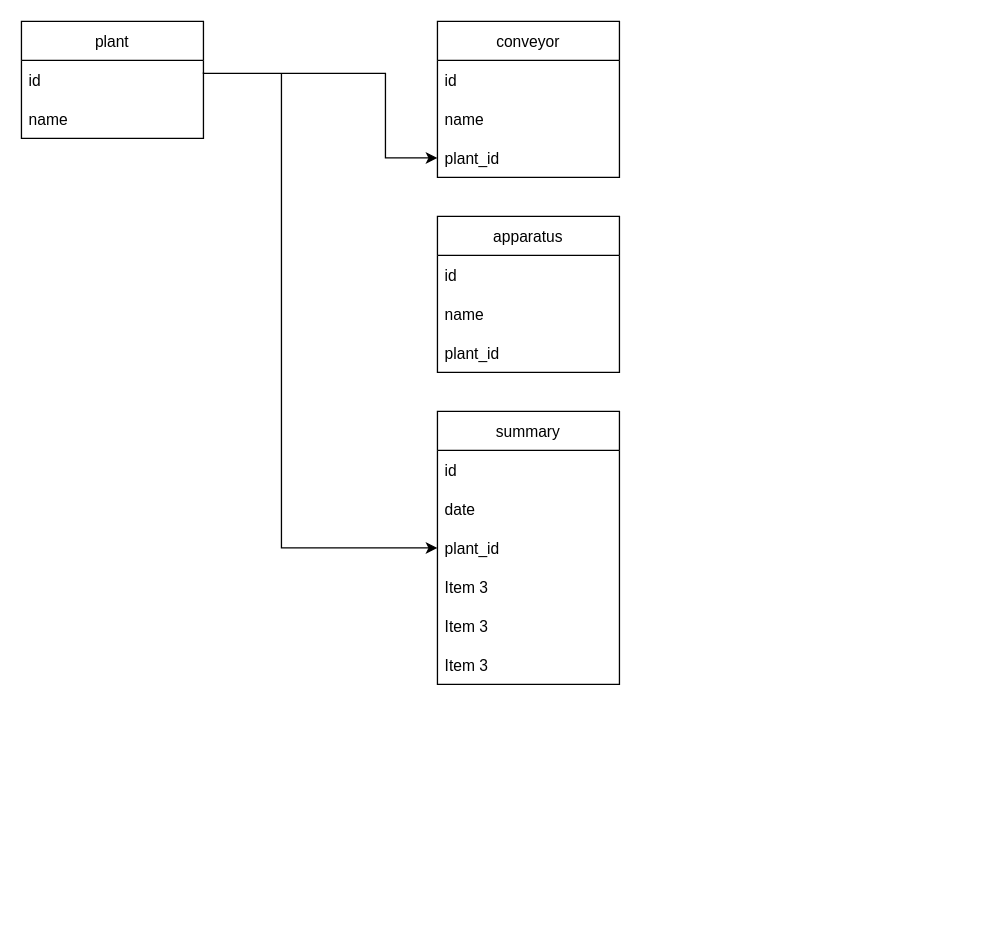
Earlier version of the draw.io diagram Untitled Diagram.drawio (ShavedHedgehoc/test2). Source tidied: cells renumbered, new cells numbered last; positions are measured from the earlier drawing's top-left corner, leaving out a move shared by most shapes. Both pictures are drawn from the tidied source at 130%, with x=0, y=0 at pixel (21, 21).
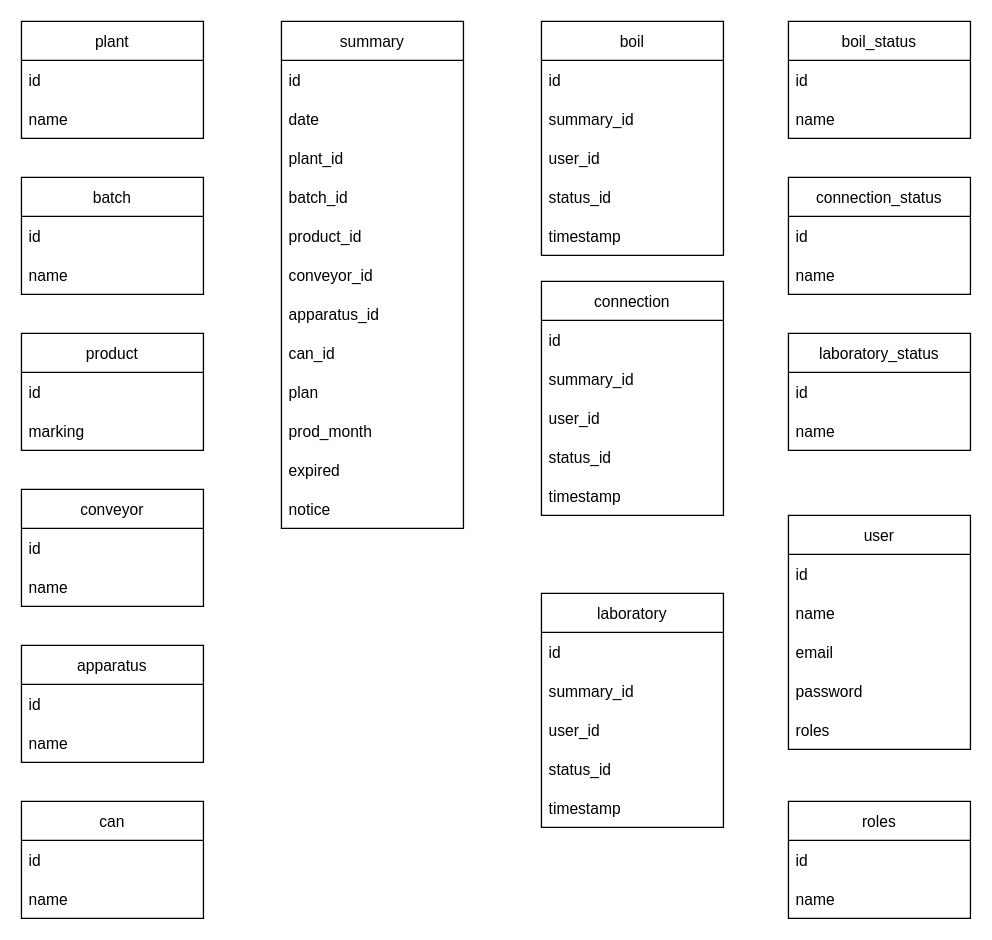
After the change.

The change refers to these unchanged cells:
```xml
<mxCell id="7" value="id" style="text;strokeColor=none;fillColor=none;align=left;verticalAlign=middle;spacingLeft=4;spacingRight=4;overflow=hidden;points=[[0,0.5],[1,0.5]];portConstraint=eastwest;" parent="6" vertex="1">
  <mxGeometry y="30" width="140" height="30" as="geometry" />
</mxCell>
<mxCell id="17" value="plant_id" style="text;strokeColor=none;fillColor=none;align=left;verticalAlign=middle;spacingLeft=4;spacingRight=4;overflow=hidden;points=[[0,0.5],[1,0.5]];portConstraint=eastwest;" parent="14" vertex="1">
  <mxGeometry y="90" width="140" height="30" as="geometry" />
</mxCell>
```

What changed in the source:
```diff
@@
     <mxCell id="2" value="apparatus" style="swimlane;fontStyle=0;horizontal=1;startSize=30;" parent="1" vertex="1">
-      <mxGeometry x="320" y="150" width="140" height="120" as="geometry" />
+      <mxGeometry y="480" width="140" height="90" as="geometry" />
     </mxCell>
@@
-    <mxCell id="5" value="plant_id" style="text;strokeColor=none;fillColor=none;align=left;verticalAlign=middle;spacingLeft=4;spacingRight=4;overflow=hidden;" parent="2" vertex="1">
-      <mxGeometry y="90" width="140" height="30" as="geometry" />
-    </mxCell>
@@
     <mxCell id="9" value="conveyor" style="swimlane;fontStyle=0;horizontal=1;startSize=30;" parent="1" vertex="1">
-      <mxGeometry x="320" width="140" height="120" as="geometry" />
+      <mxGeometry y="360" width="140" height="90" as="geometry" />
     </mxCell>
@@
-    <mxCell id="12" value="plant_id" style="text;strokeColor=none;fillColor=none;align=left;verticalAlign=middle;spacingLeft=4;spacingRight=4;overflow=hidden;points=[[0,0.5],[1,0.5]];portConstraint=eastwest;" parent="9" vertex="1">
-      <mxGeometry y="90" width="140" height="30" as="geometry" />
-    </mxCell>
-    <mxCell id="13" style="edgeStyle=orthogonalEdgeStyle;rounded=0;jettySize=auto;html=1;exitX=1;exitY=0.3;exitDx=0;exitDy=0;exitPerimeter=0;" parent="1" edge="1" source="7" target="12">
-      <mxGeometry relative="1" as="geometry">
-        <Array as="points">
-          <mxPoint x="140" y="40" />
-          <mxPoint x="280" y="40" />
-          <mxPoint x="280" y="105" />
-        </Array>
-      </mxGeometry>
-    </mxCell>
     <mxCell id="14" value="summary" style="swimlane;fontStyle=0;horizontal=1;startSize=30;" parent="1" vertex="1">
-      <mxGeometry x="320" y="300" width="140" height="210" as="geometry" />
+      <mxGeometry x="200" width="140" height="390" as="geometry" />
     </mxCell>
@@
-    <mxCell id="18" value="Item 3" style="text;strokeColor=none;fillColor=none;align=left;verticalAlign=middle;spacingLeft=4;spacingRight=4;overflow=hidden;" parent="14" vertex="1">
+    <mxCell id="18" value="batch_id" style="text;strokeColor=none;fillColor=none;align=left;verticalAlign=middle;spacingLeft=4;spacingRight=4;overflow=hidden;" parent="14" vertex="1">
       <mxGeometry y="120" width="140" height="30" as="geometry" />
     </mxCell>
-    <mxCell id="19" value="Item 3" style="text;strokeColor=none;fillColor=none;align=left;verticalAlign=middle;spacingLeft=4;spacingRight=4;overflow=hidden;" parent="14" vertex="1">
+    <mxCell id="19" value="product_id" style="text;strokeColor=none;fillColor=none;align=left;verticalAlign=middle;spacingLeft=4;spacingRight=4;overflow=hidden;" parent="14" vertex="1">
       <mxGeometry y="150" width="140" height="30" as="geometry" />
     </mxCell>
-    <mxCell id="20" value="Item 3" style="text;strokeColor=none;fillColor=none;align=left;verticalAlign=middle;spacingLeft=4;spacingRight=4;overflow=hidden;" parent="14" vertex="1">
+    <mxCell id="20" value="conveyor_id" style="text;strokeColor=none;fillColor=none;align=left;verticalAlign=middle;spacingLeft=4;spacingRight=4;overflow=hidden;" parent="14" vertex="1">
       <mxGeometry y="180" width="140" height="30" as="geometry" />
     </mxCell>
-    <mxCell id="21" style="endArrow=classic;html=1;rounded=0;entryX=0;entryY=0.5;entryDx=0;entryDy=0;" parent="1" edge="1" target="17">
-      <mxGeometry relative="1" as="geometry">
-        <mxPoint x="200" y="40" as="sourcePoint" />
-        <Array as="points">
-          <mxPoint x="200" y="405" />
-        </Array>
-      </mxGeometry>
-    </mxCell>
+    <mxCell id="22" value="apparatus_id" style="text;strokeColor=none;fillColor=none;align=left;verticalAlign=middle;spacingLeft=4;spacingRight=4;overflow=hidden;" parent="14" vertex="1">
+      <mxGeometry y="210" width="140" height="30" as="geometry" />
+    </mxCell>
+    <mxCell id="23" value="can_id" style="text;strokeColor=none;fillColor=none;align=left;verticalAlign=middle;spacingLeft=4;spacingRight=4;overflow=hidden;" parent="14" vertex="1">
+      <mxGeometry y="240" width="140" height="30" as="geometry" />
+    </mxCell>
+    <mxCell id="24" value="plan" style="text;strokeColor=none;fillColor=none;align=left;verticalAlign=middle;spacingLeft=4;spacingRight=4;overflow=hidden;" parent="14" vertex="1">
+      <mxGeometry y="270" width="140" height="30" as="geometry" />
+    </mxCell>
+    <mxCell id="25" value="prod_month" style="text;strokeColor=none;fillColor=none;align=left;verticalAlign=middle;spacingLeft=4;spacingRight=4;overflow=hidden;" parent="14" vertex="1">
+      <mxGeometry y="300" width="140" height="30" as="geometry" />
+    </mxCell>
+    <mxCell id="26" value="expired" style="text;strokeColor=none;fillColor=none;align=left;verticalAlign=middle;spacingLeft=4;spacingRight=4;overflow=hidden;" parent="14" vertex="1">
+      <mxGeometry y="330" width="140" height="30" as="geometry" />
+    </mxCell>
+    <mxCell id="27" value="notice" style="text;strokeColor=none;fillColor=none;align=left;verticalAlign=middle;spacingLeft=4;spacingRight=4;overflow=hidden;" parent="14" vertex="1">
+      <mxGeometry y="360" width="140" height="30" as="geometry" />
+    </mxCell>
+    <mxCell id="28" value="batch" style="swimlane;fontStyle=0;horizontal=1;startSize=30;" parent="1" vertex="1">
+      <mxGeometry y="120" width="140" height="90" as="geometry" />
+    </mxCell>
+    <mxCell id="29" value="id" style="text;strokeColor=none;fillColor=none;align=left;verticalAlign=middle;spacingLeft=4;spacingRight=4;overflow=hidden;" parent="28" vertex="1">
+      <mxGeometry y="30" width="140" height="30" as="geometry" />
+    </mxCell>
+    <mxCell id="30" value="name" style="text;strokeColor=none;fillColor=none;align=left;verticalAlign=middle;spacingLeft=4;spacingRight=4;overflow=hidden;" parent="28" vertex="1">
+      <mxGeometry y="60" width="140" height="30" as="geometry" />
+    </mxCell>
+    <mxCell id="31" value="connection" style="swimlane;fontStyle=0;horizontal=1;startSize=30;" parent="1" vertex="1">
+      <mxGeometry x="400" y="200" width="140" height="180" as="geometry" />
+    </mxCell>
+    <mxCell id="32" value="id" style="text;strokeColor=none;fillColor=none;align=left;verticalAlign=middle;spacingLeft=4;spacingRight=4;overflow=hidden;" parent="31" vertex="1">
+      <mxGeometry y="30" width="140" height="30" as="geometry" />
+    </mxCell>
+    <mxCell id="33" value="summary_id" style="text;strokeColor=none;fillColor=none;align=left;verticalAlign=middle;spacingLeft=4;spacingRight=4;overflow=hidden;" parent="31" vertex="1">
+      <mxGeometry y="60" width="140" height="30" as="geometry" />
+    </mxCell>
+    <mxCell id="34" value="user_id" style="text;strokeColor=none;fillColor=none;align=left;verticalAlign=middle;spacingLeft=4;spacingRight=4;overflow=hidden;" parent="31" vertex="1">
+      <mxGeometry y="90" width="140" height="30" as="geometry" />
+    </mxCell>
+    <mxCell id="35" value="status_id" style="text;strokeColor=none;fillColor=none;align=left;verticalAlign=middle;spacingLeft=4;spacingRight=4;overflow=hidden;" parent="31" vertex="1">
+      <mxGeometry y="120" width="140" height="30" as="geometry" />
+    </mxCell>
+    <mxCell id="36" value="timestamp" style="text;strokeColor=none;fillColor=none;align=left;verticalAlign=middle;spacingLeft=4;spacingRight=4;overflow=hidden;" parent="31" vertex="1">
+      <mxGeometry y="150" width="140" height="30" as="geometry" />
+    </mxCell>
+    <mxCell id="37" value="product" style="swimlane;fontStyle=0;horizontal=1;startSize=30;" parent="1" vertex="1">
+      <mxGeometry y="240" width="140" height="90" as="geometry" />
+    </mxCell>
+    <mxCell id="38" value="id" style="text;strokeColor=none;fillColor=none;align=left;verticalAlign=middle;spacingLeft=4;spacingRight=4;overflow=hidden;" parent="37" vertex="1">
+      <mxGeometry y="30" width="140" height="30" as="geometry" />
+    </mxCell>
+    <mxCell id="39" value="marking" style="text;strokeColor=none;fillColor=none;align=left;verticalAlign=middle;spacingLeft=4;spacingRight=4;overflow=hidden;" parent="37" vertex="1">
+      <mxGeometry y="60" width="140" height="30" as="geometry" />
+    </mxCell>
+    <mxCell id="40" value="boil" style="swimlane;fontStyle=0;horizontal=1;startSize=30;" parent="1" vertex="1">
+      <mxGeometry x="400" width="140" height="180" as="geometry" />
+    </mxCell>
+    <mxCell id="41" value="id" style="text;strokeColor=none;fillColor=none;align=left;verticalAlign=middle;spacingLeft=4;spacingRight=4;overflow=hidden;" parent="40" vertex="1">
+      <mxGeometry y="30" width="140" height="30" as="geometry" />
+    </mxCell>
+    <mxCell id="42" value="summary_id" style="text;strokeColor=none;fillColor=none;align=left;verticalAlign=middle;spacingLeft=4;spacingRight=4;overflow=hidden;" parent="40" vertex="1">
+      <mxGeometry y="60" width="140" height="30" as="geometry" />
+    </mxCell>
+    <mxCell id="43" value="user_id" style="text;strokeColor=none;fillColor=none;align=left;verticalAlign=middle;spacingLeft=4;spacingRight=4;overflow=hidden;" parent="40" vertex="1">
+      <mxGeometry y="90" width="140" height="30" as="geometry" />
+    </mxCell>
+    <mxCell id="44" value="status_id" style="text;strokeColor=none;fillColor=none;align=left;verticalAlign=middle;spacingLeft=4;spacingRight=4;overflow=hidden;" parent="40" vertex="1">
+      <mxGeometry y="120" width="140" height="30" as="geometry" />
+    </mxCell>
+    <mxCell id="45" value="timestamp" style="text;strokeColor=none;fillColor=none;align=left;verticalAlign=middle;spacingLeft=4;spacingRight=4;overflow=hidden;" parent="40" vertex="1">
+      <mxGeometry y="150" width="140" height="30" as="geometry" />
+    </mxCell>
+    <mxCell id="46" value="can" style="swimlane;fontStyle=0;horizontal=1;startSize=30;" parent="1" vertex="1">
+      <mxGeometry y="600" width="140" height="90" as="geometry" />
+    </mxCell>
+    <mxCell id="47" value="id" style="text;strokeColor=none;fillColor=none;align=left;verticalAlign=middle;spacingLeft=4;spacingRight=4;overflow=hidden;" parent="46" vertex="1">
+      <mxGeometry y="30" width="140" height="30" as="geometry" />
+    </mxCell>
+    <mxCell id="48" value="name" style="text;strokeColor=none;fillColor=none;align=left;verticalAlign=middle;spacingLeft=4;spacingRight=4;overflow=hidden;" parent="46" vertex="1">
+      <mxGeometry y="60" width="140" height="30" as="geometry" />
+    </mxCell>
+    <mxCell id="49" value="laboratory" style="swimlane;fontStyle=0;horizontal=1;startSize=30;" parent="1" vertex="1">
+      <mxGeometry x="400" y="440" width="140" height="180" as="geometry" />
+    </mxCell>
+    <mxCell id="50" value="id" style="text;strokeColor=none;fillColor=none;align=left;verticalAlign=middle;spacingLeft=4;spacingRight=4;overflow=hidden;" parent="49" vertex="1">
+      <mxGeometry y="30" width="140" height="30" as="geometry" />
+    </mxCell>
+    <mxCell id="51" value="summary_id" style="text;strokeColor=none;fillColor=none;align=left;verticalAlign=middle;spacingLeft=4;spacingRight=4;overflow=hidden;" parent="49" vertex="1">
+      <mxGeometry y="60" width="140" height="30" as="geometry" />
+    </mxCell>
+    <mxCell id="52" value="user_id" style="text;strokeColor=none;fillColor=none;align=left;verticalAlign=middle;spacingLeft=4;spacingRight=4;overflow=hidden;" parent="49" vertex="1">
+      <mxGeometry y="90" width="140" height="30" as="geometry" />
+    </mxCell>
+    <mxCell id="53" value="status_id" style="text;strokeColor=none;fillColor=none;align=left;verticalAlign=middle;spacingLeft=4;spacingRight=4;overflow=hidden;" parent="49" vertex="1">
+      <mxGeometry y="120" width="140" height="30" as="geometry" />
+    </mxCell>
+    <mxCell id="54" value="timestamp" style="text;strokeColor=none;fillColor=none;align=left;verticalAlign=middle;spacingLeft=4;spacingRight=4;overflow=hidden;" parent="49" vertex="1">
+      <mxGeometry y="150" width="140" height="30" as="geometry" />
+    </mxCell>
+    <mxCell id="55" value="boil_status" style="swimlane;fontStyle=0;horizontal=1;startSize=30;" parent="1" vertex="1">
+      <mxGeometry x="590" width="140" height="90" as="geometry" />
+    </mxCell>
+    <mxCell id="56" value="id" style="text;strokeColor=none;fillColor=none;align=left;verticalAlign=middle;spacingLeft=4;spacingRight=4;overflow=hidden;" parent="55" vertex="1">
+      <mxGeometry y="30" width="140" height="30" as="geometry" />
+    </mxCell>
+    <mxCell id="57" value="name" style="text;strokeColor=none;fillColor=none;align=left;verticalAlign=middle;spacingLeft=4;spacingRight=4;overflow=hidden;" parent="55" vertex="1">
+      <mxGeometry y="60" width="140" height="30" as="geometry" />
+    </mxCell>
+    <mxCell id="58" value="connection_status" style="swimlane;fontStyle=0;horizontal=1;startSize=30;" parent="1" vertex="1">
+      <mxGeometry x="590" y="120" width="140" height="90" as="geometry" />
+    </mxCell>
+    <mxCell id="59" value="id" style="text;strokeColor=none;fillColor=none;align=left;verticalAlign=middle;spacingLeft=4;spacingRight=4;overflow=hidden;" parent="58" vertex="1">
+      <mxGeometry y="30" width="140" height="30" as="geometry" />
+    </mxCell>
+    <mxCell id="60" value="name" style="text;strokeColor=none;fillColor=none;align=left;verticalAlign=middle;spacingLeft=4;spacingRight=4;overflow=hidden;" parent="58" vertex="1">
+      <mxGeometry y="60" width="140" height="30" as="geometry" />
+    </mxCell>
+    <mxCell id="61" value="laboratory_status" style="swimlane;fontStyle=0;horizontal=1;startSize=30;" parent="1" vertex="1">
+      <mxGeometry x="590" y="240" width="140" height="90" as="geometry" />
+    </mxCell>
+    <mxCell id="62" value="id" style="text;strokeColor=none;fillColor=none;align=left;verticalAlign=middle;spacingLeft=4;spacingRight=4;overflow=hidden;" parent="61" vertex="1">
+      <mxGeometry y="30" width="140" height="30" as="geometry" />
+    </mxCell>
+    <mxCell id="63" value="name" style="text;strokeColor=none;fillColor=none;align=left;verticalAlign=middle;spacingLeft=4;spacingRight=4;overflow=hidden;" parent="61" vertex="1">
+      <mxGeometry y="60" width="140" height="30" as="geometry" />
+    </mxCell>
+    <mxCell id="64" value="user" style="swimlane;fontStyle=0;horizontal=1;startSize=30;" parent="1" vertex="1">
+      <mxGeometry x="590" y="380" width="140" height="180" as="geometry" />
+    </mxCell>
+    <mxCell id="65" value="id" style="text;strokeColor=none;fillColor=none;align=left;verticalAlign=middle;spacingLeft=4;spacingRight=4;overflow=hidden;" parent="64" vertex="1">
+      <mxGeometry y="30" width="140" height="30" as="geometry" />
+    </mxCell>
+    <mxCell id="66" value="name" style="text;strokeColor=none;fillColor=none;align=left;verticalAlign=middle;spacingLeft=4;spacingRight=4;overflow=hidden;" parent="64" vertex="1">
+      <mxGeometry y="60" width="140" height="30" as="geometry" />
+    </mxCell>
+    <mxCell id="67" value="email" style="text;strokeColor=none;fillColor=none;align=left;verticalAlign=middle;spacingLeft=4;spacingRight=4;overflow=hidden;" parent="64" vertex="1">
+      <mxGeometry y="90" width="140" height="30" as="geometry" />
+    </mxCell>
+    <mxCell id="68" value="password" style="text;strokeColor=none;fillColor=none;align=left;verticalAlign=middle;spacingLeft=4;spacingRight=4;overflow=hidden;" parent="64" vertex="1">
+      <mxGeometry y="120" width="140" height="30" as="geometry" />
+    </mxCell>
+    <mxCell id="69" value="roles" style="text;strokeColor=none;fillColor=none;align=left;verticalAlign=middle;spacingLeft=4;spacingRight=4;overflow=hidden;" parent="64" vertex="1">
+      <mxGeometry y="150" width="140" height="30" as="geometry" />
+    </mxCell>
+    <mxCell id="70" value="roles" style="swimlane;fontStyle=0;horizontal=1;startSize=30;" parent="1" vertex="1">
+      <mxGeometry x="590" y="600" width="140" height="90" as="geometry" />
+    </mxCell>
+    <mxCell id="71" value="id" style="text;strokeColor=none;fillColor=none;align=left;verticalAlign=middle;spacingLeft=4;spacingRight=4;overflow=hidden;" parent="70" vertex="1">
+      <mxGeometry y="30" width="140" height="30" as="geometry" />
+    </mxCell>
+    <mxCell id="72" value="name" style="text;strokeColor=none;fillColor=none;align=left;verticalAlign=middle;spacingLeft=4;spacingRight=4;overflow=hidden;" parent="70" vertex="1">
+      <mxGeometry y="60" width="140" height="30" as="geometry" />
+    </mxCell>
```
